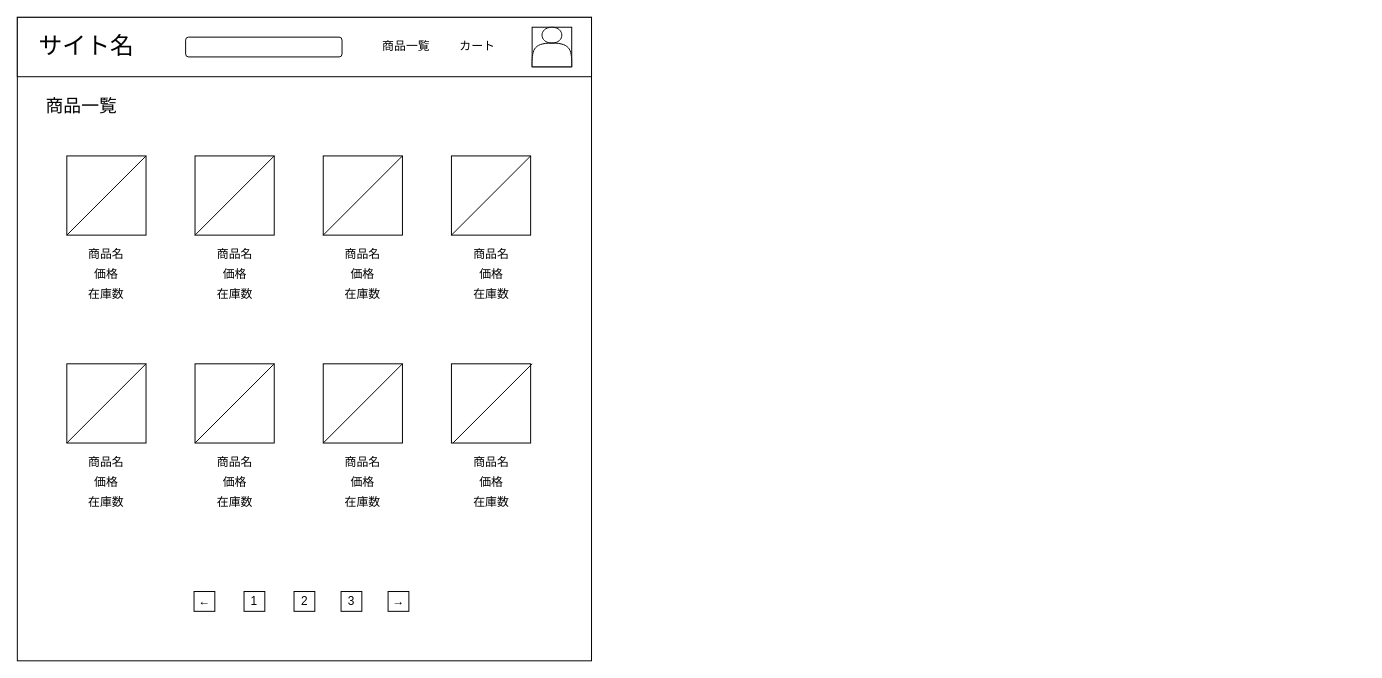
Above: EC-site ワイヤーフレーム.drawio in saezurucrow/ec-site (draw.io), before the change. Source tidied: cells renumbered, new cells numbered last; positions are measured from the earlier drawing's top-left corner, leaving out a move shared by most shapes. Both pictures are drawn from the tidied source at 99%, with x=0, y=0 at pixel (17, 17).
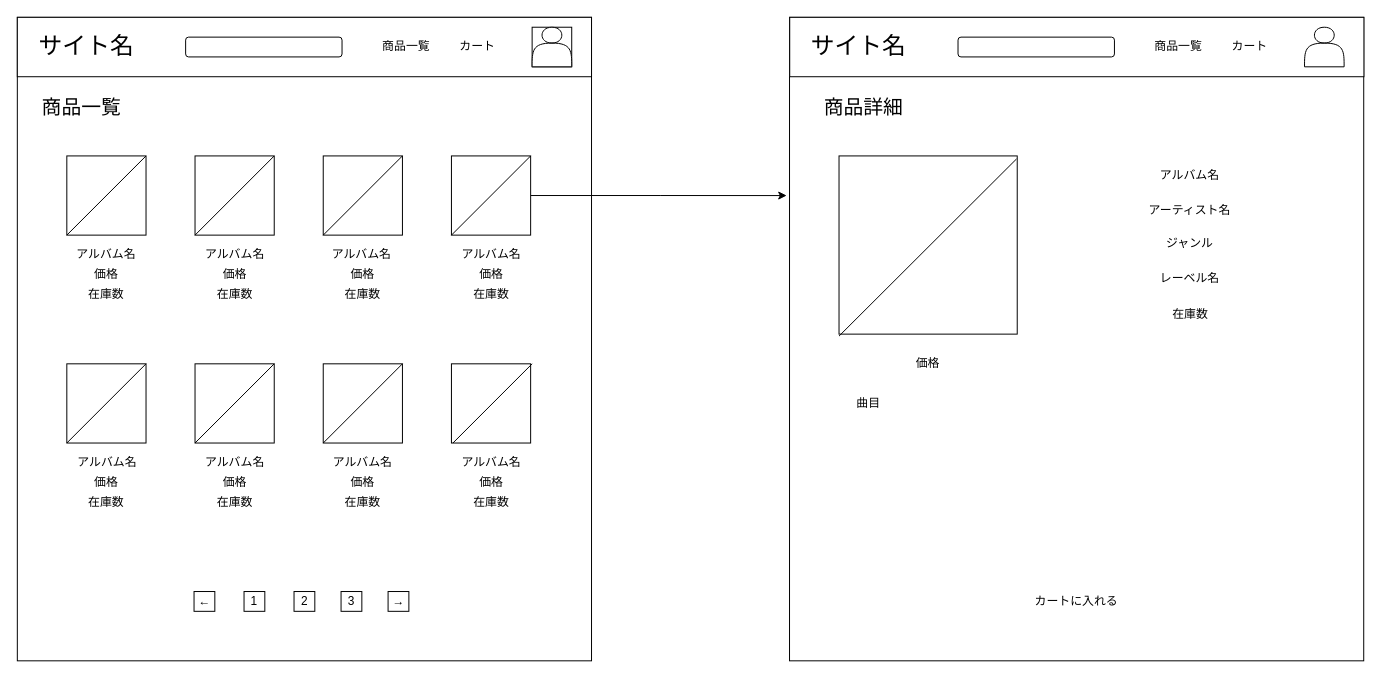
Above is the later version.

The change refers to these unchanged cells:
```xml
<mxCell id="14" style="whiteSpace=wrap;html=1;" parent="1" vertex="1">
  <mxGeometry x="438.5" y="140" width="80" height="80" as="geometry" />
</mxCell>
```

Diff of the diagram source:
```diff
@@
-    <mxCell id="10" value="&lt;font style=&quot;font-size: 18px&quot;&gt;商品一覧&lt;/font&gt;" style="text;html=1;strokeColor=none;fillColor=none;align=center;verticalAlign=middle;whiteSpace=wrap;rounded=0;" parent="1" vertex="1">
+    <mxCell id="10" value="&lt;font style=&quot;font-size: 20px&quot;&gt;商品一覧&lt;/font&gt;" style="text;html=1;strokeColor=none;fillColor=none;align=center;verticalAlign=middle;whiteSpace=wrap;rounded=0;fontSize=20;" parent="1" vertex="1">
       <mxGeometry x="20" y="80" width="90" height="20" as="geometry" />
     </mxCell>
@@
+    <mxCell id="56" style="edgeStyle=orthogonalEdgeStyle;rounded=0;jettySize=auto;html=1;exitX=1;exitY=0.5;exitDx=0;exitDy=0;entryX=-0.005;entryY=0.277;entryDx=0;entryDy=0;entryPerimeter=0;" parent="1" edge="1" source="14" target="57">
+      <mxGeometry relative="1" as="geometry" />
+    </mxCell>
@@
-    <mxCell id="19" value="商品名" style="text;html=1;strokeColor=none;fillColor=none;align=center;verticalAlign=middle;whiteSpace=wrap;rounded=0;" parent="1" vertex="1">
-      <mxGeometry x="70" y="230" width="40" height="20" as="geometry" />
+    <mxCell id="19" value="アルバム名" style="text;html=1;strokeColor=none;fillColor=none;align=center;verticalAlign=middle;whiteSpace=wrap;rounded=0;" parent="1" vertex="1">
+      <mxGeometry x="55" y="230" width="70" height="20" as="geometry" />
     </mxCell>
@@
-    <mxCell id="22" value="商品名" style="text;html=1;strokeColor=none;fillColor=none;align=center;verticalAlign=middle;whiteSpace=wrap;rounded=0;" parent="1" vertex="1">
-      <mxGeometry x="199.5" y="230" width="40" height="20" as="geometry" />
-    </mxCell>
@@
-    <mxCell id="25" value="商品名" style="text;html=1;strokeColor=none;fillColor=none;align=center;verticalAlign=middle;whiteSpace=wrap;rounded=0;" parent="1" vertex="1">
-      <mxGeometry x="329" y="230" width="40" height="20" as="geometry" />
-    </mxCell>
@@
-    <mxCell id="28" value="商品名" style="text;html=1;strokeColor=none;fillColor=none;align=center;verticalAlign=middle;whiteSpace=wrap;rounded=0;" parent="1" vertex="1">
-      <mxGeometry x="458.5" y="230" width="40" height="20" as="geometry" />
-    </mxCell>
@@
-    <mxCell id="31" value="商品名" style="text;html=1;strokeColor=none;fillColor=none;align=center;verticalAlign=middle;whiteSpace=wrap;rounded=0;" parent="1" vertex="1">
-      <mxGeometry x="70" y="440" width="40" height="20" as="geometry" />
-    </mxCell>
@@
-    <mxCell id="34" value="商品名" style="text;html=1;strokeColor=none;fillColor=none;align=center;verticalAlign=middle;whiteSpace=wrap;rounded=0;" parent="1" vertex="1">
-      <mxGeometry x="199.5" y="440" width="40" height="20" as="geometry" />
-    </mxCell>
@@
-    <mxCell id="37" value="商品名" style="text;html=1;strokeColor=none;fillColor=none;align=center;verticalAlign=middle;whiteSpace=wrap;rounded=0;" parent="1" vertex="1">
-      <mxGeometry x="329" y="440" width="40" height="20" as="geometry" />
-    </mxCell>
@@
-    <mxCell id="40" value="商品名" style="text;html=1;strokeColor=none;fillColor=none;align=center;verticalAlign=middle;whiteSpace=wrap;rounded=0;" parent="1" vertex="1">
-      <mxGeometry x="458.5" y="440" width="40" height="20" as="geometry" />
-    </mxCell>
@@
+    <mxCell id="57" style="rounded=0;whiteSpace=wrap;html=1;" parent="1" vertex="1">
+      <mxGeometry x="780" width="580" height="650" as="geometry" />
+    </mxCell>
+    <mxCell id="58" style="rounded=0;whiteSpace=wrap;html=1;" parent="1" vertex="1">
+      <mxGeometry x="780.2" width="580" height="60" as="geometry" />
+    </mxCell>
+    <mxCell id="59" value="&lt;span style=&quot;font-size: 24px&quot;&gt;サイト名&lt;/span&gt;" style="text;html=1;strokeColor=none;fillColor=none;align=center;verticalAlign=middle;whiteSpace=wrap;rounded=0;" parent="1" vertex="1">
+      <mxGeometry x="800.2" y="20" width="100" height="20" as="geometry" />
+    </mxCell>
+    <mxCell id="60" value="商品一覧" style="text;html=1;strokeColor=none;fillColor=none;align=center;verticalAlign=middle;whiteSpace=wrap;rounded=0;" parent="1" vertex="1">
+      <mxGeometry x="1128.2" y="20" width="90" height="20" as="geometry" />
+    </mxCell>
+    <mxCell id="61" style="rounded=1;whiteSpace=wrap;html=1;" parent="1" vertex="1">
+      <mxGeometry x="950.2" y="20" width="158" height="20" as="geometry" />
+    </mxCell>
+    <mxCell id="62" style="shape=actor;whiteSpace=wrap;html=1;" parent="1" vertex="1">
+      <mxGeometry x="1300.2" y="10" width="40" height="40" as="geometry" />
+    </mxCell>
+    <mxCell id="63" value="カート" style="text;html=1;strokeColor=none;fillColor=none;align=center;verticalAlign=middle;whiteSpace=wrap;rounded=0;" parent="1" vertex="1">
+      <mxGeometry x="1225.2" y="20" width="40" height="20" as="geometry" />
+    </mxCell>
+    <mxCell id="64" value="&lt;font style=&quot;font-size: 20px&quot;&gt;商品詳細&lt;/font&gt;" style="text;html=1;strokeColor=none;fillColor=none;align=center;verticalAlign=middle;whiteSpace=wrap;rounded=0;fontSize=20;" parent="1" vertex="1">
+      <mxGeometry x="810" y="80" width="90" height="20" as="geometry" />
+    </mxCell>
+    <mxCell id="65" style="whiteSpace=wrap;html=1;" parent="1" vertex="1">
+      <mxGeometry x="830" y="140" width="180" height="180" as="geometry" />
+    </mxCell>
+    <mxCell id="66" style="endArrow=none;html=1;entryX=0.996;entryY=0.017;entryDx=0;entryDy=0;entryPerimeter=0;" parent="1" edge="1" target="65">
+      <mxGeometry relative="1" as="geometry">
+        <mxPoint x="830" y="322" as="sourcePoint" />
+      </mxGeometry>
+    </mxCell>
+    <mxCell id="67" value="アルバム名" style="text;html=1;strokeColor=none;fillColor=none;align=center;verticalAlign=middle;whiteSpace=wrap;rounded=0;" parent="1" vertex="1">
+      <mxGeometry x="1146" y="150" width="77" height="20" as="geometry" />
+    </mxCell>
+    <mxCell id="68" value="アーティスト名" style="text;html=1;strokeColor=none;fillColor=none;align=center;verticalAlign=middle;whiteSpace=wrap;rounded=0;" parent="1" vertex="1">
+      <mxGeometry x="1133" y="185" width="103" height="20" as="geometry" />
+    </mxCell>
+    <mxCell id="69" value="価格" style="text;html=1;strokeColor=none;fillColor=none;align=center;verticalAlign=middle;whiteSpace=wrap;rounded=0;" parent="1" vertex="1">
+      <mxGeometry x="870" y="330" width="100" height="40" as="geometry" />
+    </mxCell>
+    <mxCell id="70" value="ジャンル" style="text;html=1;strokeColor=none;fillColor=none;align=center;verticalAlign=middle;whiteSpace=wrap;rounded=0;" parent="1" vertex="1">
+      <mxGeometry x="1158" y="217.5" width="53" height="20" as="geometry" />
+    </mxCell>
+    <mxCell id="71" value="レーベル名" style="text;html=1;strokeColor=none;fillColor=none;align=center;verticalAlign=middle;whiteSpace=wrap;rounded=0;" parent="1" vertex="1">
+      <mxGeometry x="1143" y="254" width="83" height="20" as="geometry" />
+    </mxCell>
+    <mxCell id="72" value="曲目" style="text;html=1;strokeColor=none;fillColor=none;align=center;verticalAlign=middle;whiteSpace=wrap;rounded=0;" parent="1" vertex="1">
+      <mxGeometry x="840" y="380" width="40" height="20" as="geometry" />
+    </mxCell>
+    <mxCell id="73" value="在庫数" style="text;html=1;strokeColor=none;fillColor=none;align=center;verticalAlign=middle;whiteSpace=wrap;rounded=0;" parent="1" vertex="1">
+      <mxGeometry x="1164.5" y="290" width="40" height="20" as="geometry" />
+    </mxCell>
+    <mxCell id="74" value="アルバム名" style="text;html=1;strokeColor=none;fillColor=none;align=center;verticalAlign=middle;whiteSpace=wrap;rounded=0;" parent="1" vertex="1">
+      <mxGeometry x="184.5" y="230" width="70" height="20" as="geometry" />
+    </mxCell>
+    <mxCell id="75" value="アルバム名" style="text;html=1;strokeColor=none;fillColor=none;align=center;verticalAlign=middle;whiteSpace=wrap;rounded=0;" parent="1" vertex="1">
+      <mxGeometry x="313" y="230" width="70" height="20" as="geometry" />
+    </mxCell>
+    <mxCell id="76" value="アルバム名" style="text;html=1;strokeColor=none;fillColor=none;align=center;verticalAlign=middle;whiteSpace=wrap;rounded=0;" parent="1" vertex="1">
+      <mxGeometry x="443.5" y="230" width="70" height="20" as="geometry" />
+    </mxCell>
+    <mxCell id="77" value="アルバム名" style="text;html=1;strokeColor=none;fillColor=none;align=center;verticalAlign=middle;whiteSpace=wrap;rounded=0;" parent="1" vertex="1">
+      <mxGeometry x="443.5" y="440" width="70" height="20" as="geometry" />
+    </mxCell>
+    <mxCell id="78" value="アルバム名" style="text;html=1;strokeColor=none;fillColor=none;align=center;verticalAlign=middle;whiteSpace=wrap;rounded=0;" parent="1" vertex="1">
+      <mxGeometry x="314" y="440" width="70" height="20" as="geometry" />
+    </mxCell>
+    <mxCell id="79" value="アルバム名" style="text;html=1;strokeColor=none;fillColor=none;align=center;verticalAlign=middle;whiteSpace=wrap;rounded=0;" parent="1" vertex="1">
+      <mxGeometry x="184.5" y="440" width="70" height="20" as="geometry" />
+    </mxCell>
+    <mxCell id="80" value="アルバム名" style="text;html=1;strokeColor=none;fillColor=none;align=center;verticalAlign=middle;whiteSpace=wrap;rounded=0;" parent="1" vertex="1">
+      <mxGeometry x="56" y="440" width="70" height="20" as="geometry" />
+    </mxCell>
+    <mxCell id="81" value="カートに入れる" style="text;html=1;strokeColor=none;fillColor=none;align=center;verticalAlign=middle;whiteSpace=wrap;rounded=0;" parent="1" vertex="1">
+      <mxGeometry x="1015" y="580" width="110" height="20" as="geometry" />
+    </mxCell>
```
